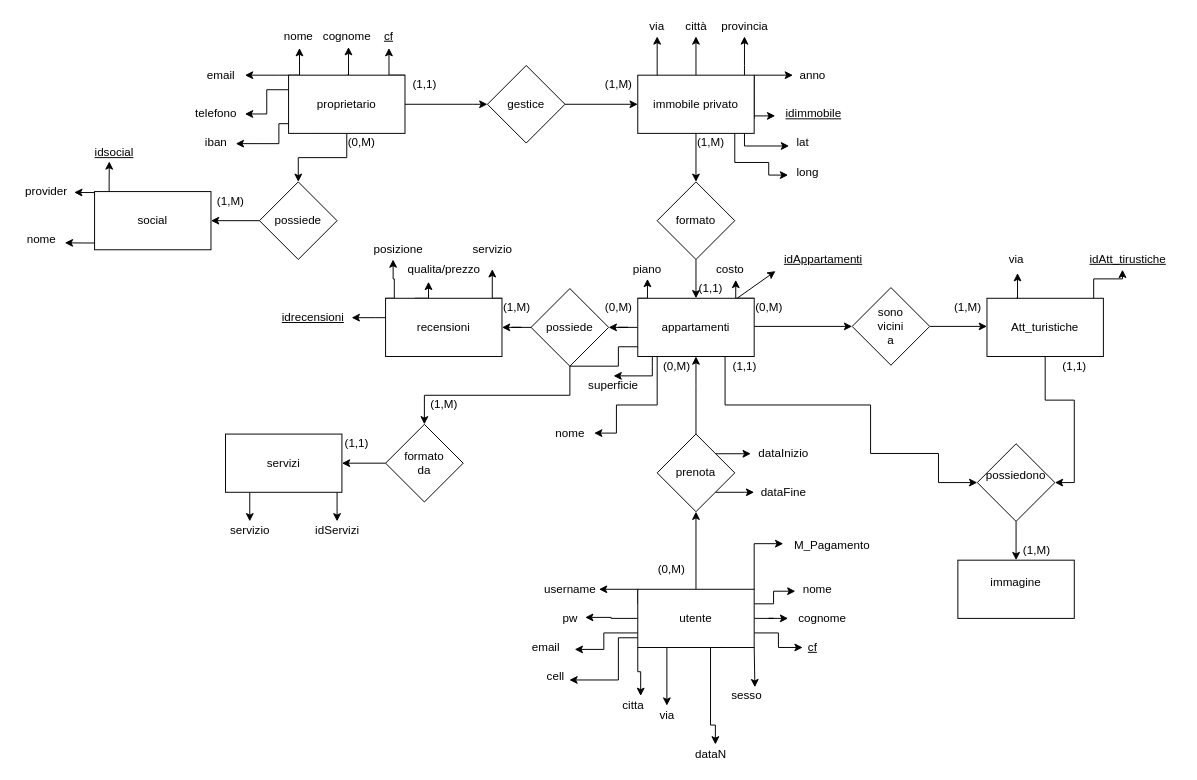
The draw.io diagram schema er.drawio in MrPinko/Esame-affitti, before the edit. Source tidied: cells renumbered, new cells numbered last; positions are measured from the earlier drawing's top-left corner, leaving out a move shared by most shapes. Both pictures are drawn from the tidied source at 97%, with x=0, y=0 at pixel (16, 16).
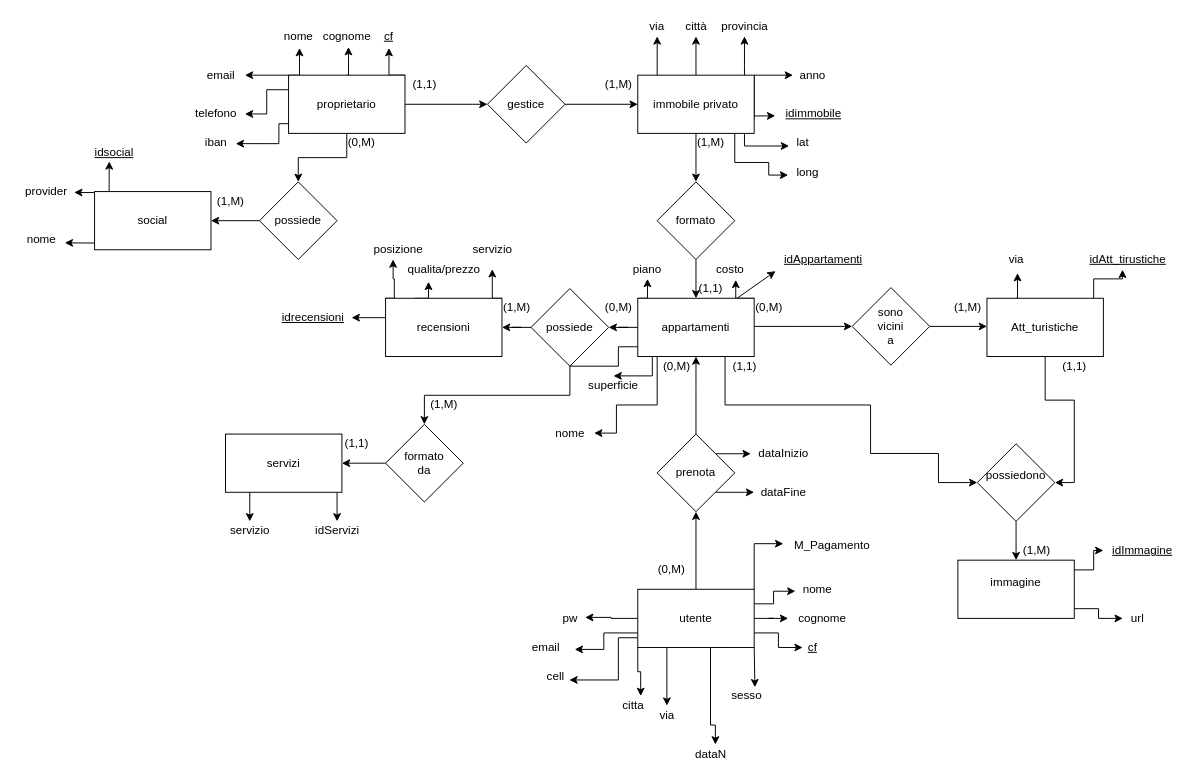
After the change.

The change refers to these unchanged cells:
```xml
<mxCell id="65" value="utente" style="rounded=0;whiteSpace=wrap;html=1;" parent="1" vertex="1">
  <mxGeometry x="640" y="590" width="120" height="60" as="geometry" />
</mxCell>
<mxCell id="121" value="&lt;div&gt;immagine&lt;/div&gt;&lt;div&gt;&lt;br&gt;&lt;/div&gt;" style="whiteSpace=wrap;html=1;" parent="1" vertex="1">
  <mxGeometry x="970" y="560" width="120" height="60" as="geometry" />
</mxCell>
```

The edit, as a diff of the source:
```diff
@@
-    <mxCell id="55" style="edgeStyle=orthogonalEdgeStyle;rounded=0;jettySize=auto;html=1;exitX=0;exitY=0.25;exitDx=0;exitDy=0;" parent="1" edge="1" source="65">
-      <mxGeometry relative="1" as="geometry">
-        <mxPoint x="600" y="590" as="targetPoint" />
-        <Array as="points">
-          <mxPoint x="640" y="590" />
-        </Array>
-      </mxGeometry>
-    </mxCell>
@@
-    <mxCell id="79" value="username" style="text;html=1;align=center;verticalAlign=middle;fillColor=none;strokeColor=none;rounded=0;" parent="1" vertex="1">
-      <mxGeometry x="535" y="580" width="70" height="20" as="geometry" />
-    </mxCell>
@@
+    <mxCell id="139" style="edgeStyle=orthogonalEdgeStyle;rounded=0;jettySize=auto;html=1;" parent="1" edge="1" source="121" target="141">
+      <mxGeometry relative="1" as="geometry">
+        <Array as="points">
+          <mxPoint x="1110" y="570" />
+          <mxPoint x="1110" y="550" />
+        </Array>
+      </mxGeometry>
+    </mxCell>
+    <mxCell id="140" style="edgeStyle=orthogonalEdgeStyle;rounded=0;jettySize=auto;html=1;entryX=0;entryY=0.5;entryDx=0;entryDy=0;entryPerimeter=0;" parent="1" edge="1" source="121" target="142">
+      <mxGeometry relative="1" as="geometry">
+        <Array as="points">
+          <mxPoint x="1115" y="610" />
+          <mxPoint x="1115" y="620" />
+        </Array>
+      </mxGeometry>
+    </mxCell>
@@
+    <mxCell id="141" value="&lt;u&gt;idImmagine&lt;/u&gt;" style="text;html=1;align=center;verticalAlign=middle;points=[];strokeColor=none;" parent="1" vertex="1">
+      <mxGeometry x="1120" y="540" width="80" height="20" as="geometry" />
+    </mxCell>
+    <mxCell id="142" value="&lt;div&gt;url&lt;/div&gt;" style="text;html=1;align=center;verticalAlign=middle;points=[];strokeColor=none;" parent="1" vertex="1">
+      <mxGeometry x="1140" y="610" width="30" height="20" as="geometry" />
+    </mxCell>
```
